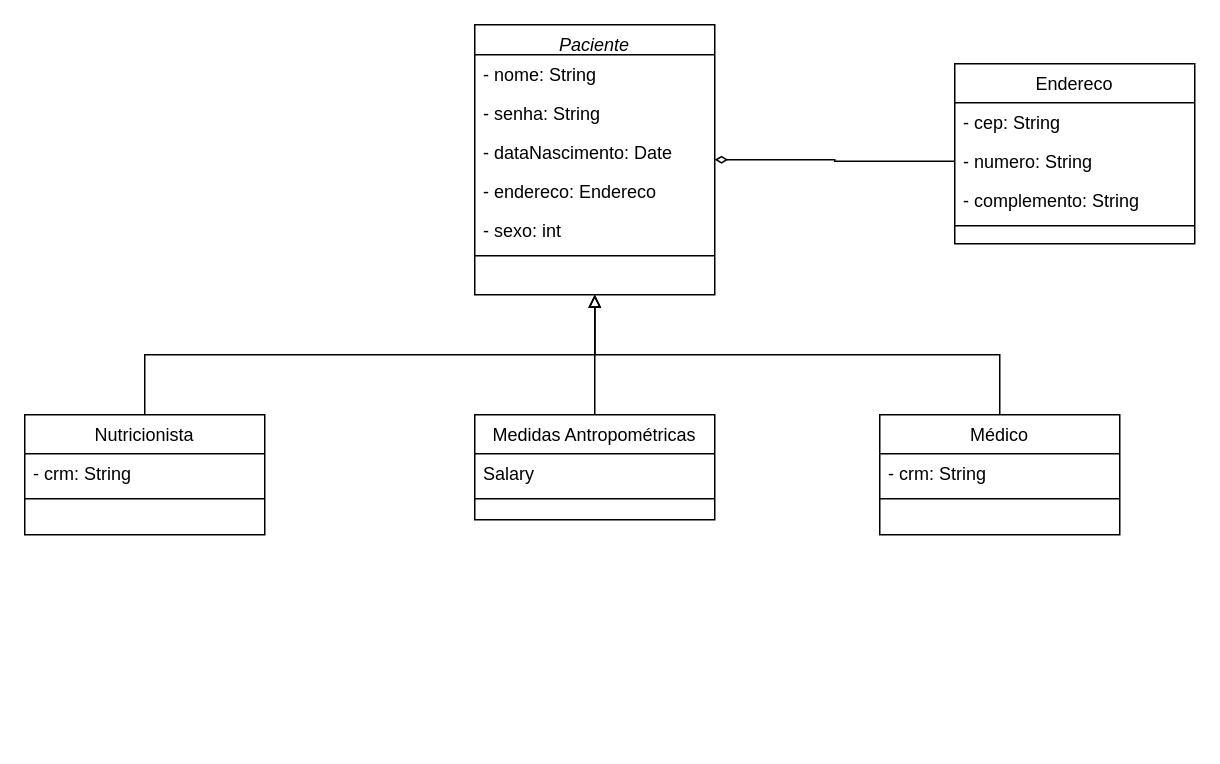
Earlier version of the draw.io diagram diagrama_de_dominio.drawio (GabrielSilvaRodrigues/delimeter_app). Source tidied: cells renumbered, new cells numbered last; positions are measured from the earlier drawing's top-left corner, leaving out a move shared by most shapes. Both pictures are drawn from the tidied source at 150%, with x=0, y=0 at pixel (24, 24).
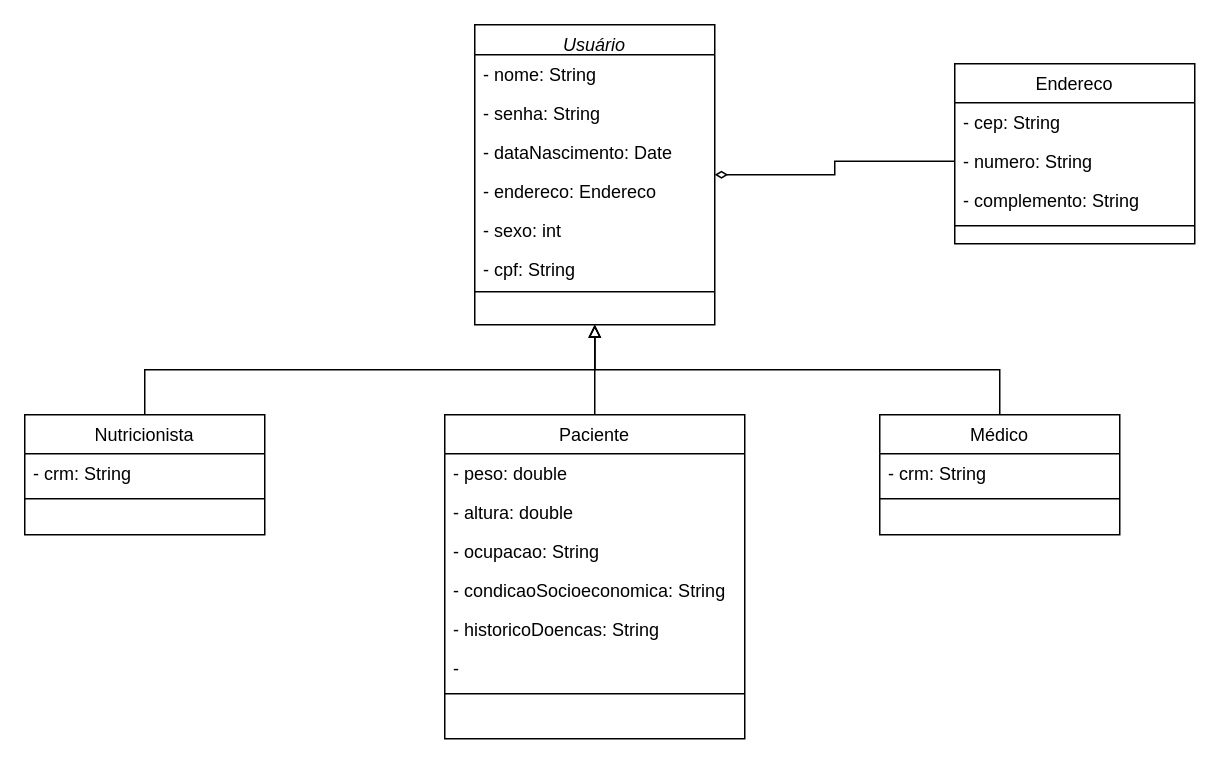
The same diagram, later.

The edit, as a diff of the source:
```diff
@@
-    <mxCell id="2" value="Paciente" style="swimlane;fontStyle=2;align=center;verticalAlign=top;horizontal=1;startSize=20;rounded=0;shadow=0;strokeWidth=1;" parent="1" vertex="1">
-      <mxGeometry x="300" width="160" height="180" as="geometry" />
+    <mxCell id="2" value="Usuário" style="swimlane;fontStyle=2;align=center;verticalAlign=top;horizontal=1;startSize=20;rounded=0;shadow=0;strokeWidth=1;" parent="1" vertex="1">
+      <mxGeometry x="300" width="160" height="200" as="geometry" />
     </mxCell>
@@
+    <mxCell id="24" value="- cpf: String" style="text;align=left;verticalAlign=top;spacingLeft=4;spacingRight=4;overflow=hidden;" parent="2" vertex="1">
+      <mxGeometry y="150" width="160" height="26" as="geometry" />
+    </mxCell>
     <mxCell id="8" style="line;html=1;strokeWidth=1;align=left;verticalAlign=middle;spacingTop=-1;spacingLeft=3;spacingRight=3;labelPosition=right;" parent="2" vertex="1">
-      <mxGeometry y="150" width="160" height="8" as="geometry" />
+      <mxGeometry y="176" width="160" height="4" as="geometry" />
     </mxCell>
@@
-    <mxCell id="23" value="Medidas Antropométricas" style="swimlane;fontStyle=0;align=center;verticalAlign=top;horizontal=1;startSize=26;rounded=0;shadow=0;strokeWidth=1;" parent="1" vertex="1">
-      <mxGeometry x="300" y="260" width="160" height="70" as="geometry" />
+    <mxCell id="23" value="Paciente" style="swimlane;fontStyle=0;align=center;verticalAlign=top;horizontal=1;startSize=26;rounded=0;shadow=0;strokeWidth=1;" parent="1" vertex="1">
+      <mxGeometry x="280" y="260" width="200" height="216" as="geometry" />
     </mxCell>
-    <mxCell id="24" value="Salary" style="text;align=left;verticalAlign=top;spacingLeft=4;spacingRight=4;overflow=hidden;" parent="23" vertex="1">
-      <mxGeometry y="26" width="160" height="26" as="geometry" />
-    </mxCell>
+    <mxCell id="27" value="- peso: double" style="text;align=left;verticalAlign=top;spacingLeft=4;spacingRight=4;overflow=hidden;" parent="23" vertex="1">
+      <mxGeometry y="26" width="200" height="26" as="geometry" />
+    </mxCell>
+    <mxCell id="28" value="- altura: double" style="text;align=left;verticalAlign=top;spacingLeft=4;spacingRight=4;overflow=hidden;" parent="23" vertex="1">
+      <mxGeometry y="52" width="200" height="26" as="geometry" />
+    </mxCell>
+    <mxCell id="29" value="- ocupacao: String" style="text;align=left;verticalAlign=top;spacingLeft=4;spacingRight=4;overflow=hidden;" parent="23" vertex="1">
+      <mxGeometry y="78" width="200" height="26" as="geometry" />
+    </mxCell>
+    <mxCell id="30" value="- condicaoSocioeconomica: String" style="text;align=left;verticalAlign=top;spacingLeft=4;spacingRight=4;overflow=hidden;" parent="23" vertex="1">
+      <mxGeometry y="104" width="200" height="26" as="geometry" />
+    </mxCell>
+    <mxCell id="31" value="- historicoDoencas: String" style="text;align=left;verticalAlign=top;spacingLeft=4;spacingRight=4;overflow=hidden;" parent="23" vertex="1">
+      <mxGeometry y="130" width="200" height="26" as="geometry" />
+    </mxCell>
+    <mxCell id="32" value="- " style="text;align=left;verticalAlign=top;spacingLeft=4;spacingRight=4;overflow=hidden;" parent="23" vertex="1">
+      <mxGeometry y="156" width="200" height="26" as="geometry" />
+    </mxCell>
     <mxCell id="25" style="line;html=1;strokeWidth=1;align=left;verticalAlign=middle;spacingTop=-1;spacingLeft=3;spacingRight=3;labelPosition=right;" parent="23" vertex="1">
-      <mxGeometry y="52" width="160" height="8" as="geometry" />
+      <mxGeometry y="182" width="200" height="8" as="geometry" />
     </mxCell>
```
